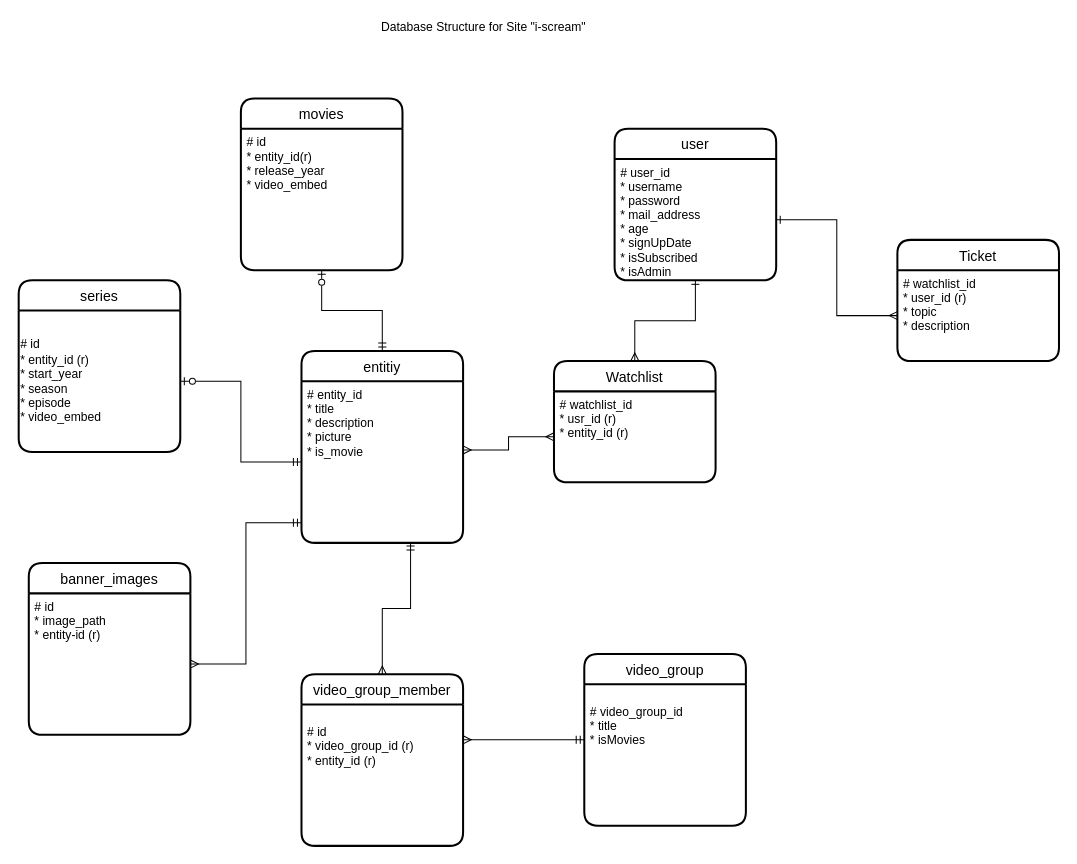
This is DOC/Datenbankstruktur.drawio from emcee-101/i-scream, a draw.io file, before an edit. Source tidied: cells renumbered, new cells numbered last; positions are measured from the earlier drawing's top-left corner, leaving out a move shared by most shapes. Both pictures are drawn from the tidied source at 101%, with x=0, y=0 at pixel (18, 17).
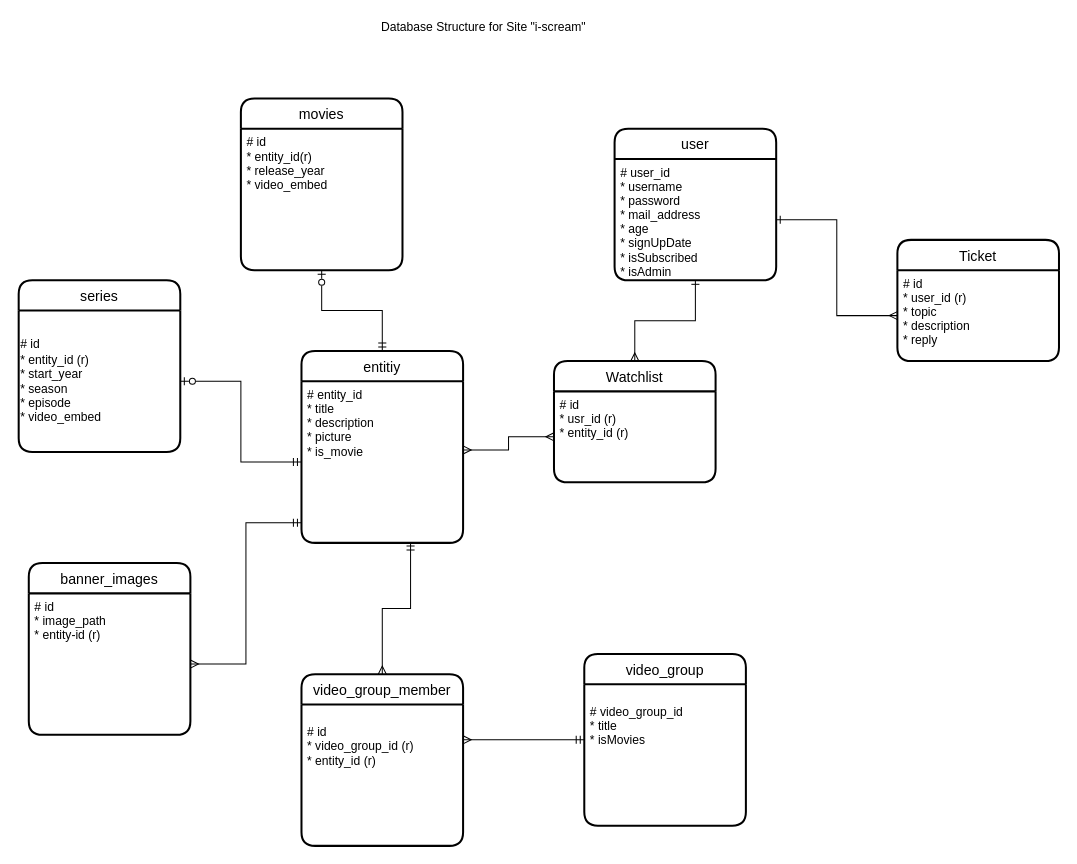
After the change.

Commit message (it also covers changes not shown here):
Addition to ER Model

Unchanged cells that the change refers to:
```xml
<mxCell id="22" value="Watchlist" style="swimlane;horizontal=1;startSize=30;rounded=1;fontSize=14;fontStyle=0;strokeWidth=2;shadow=0;dashed=0;align=center;" parent="1" vertex="1">
  <mxGeometry x="530" y="340" width="160" height="120" as="geometry" />
</mxCell>
<mxCell id="24" value="Ticket" style="swimlane;horizontal=1;startSize=30;rounded=1;fontSize=14;fontStyle=0;strokeWidth=2;shadow=0;dashed=0;align=center;" parent="1" vertex="1">
  <mxGeometry x="870" y="220" width="160" height="120" as="geometry" />
</mxCell>
```

The edit, as a diff of the source:
```diff
@@
-    <mxCell id="23" value="# watchlist_id&#10;* usr_id (r)&#10;* entity_id (r)" style="align=left;strokeColor=none;fillColor=none;spacingLeft=4;fontSize=12;verticalAlign=top;" parent="22" vertex="1">
+    <mxCell id="23" value="# id&#10;* usr_id (r)&#10;* entity_id (r)" style="align=left;strokeColor=none;fillColor=none;spacingLeft=4;fontSize=12;verticalAlign=top;" parent="22" vertex="1">
       <mxGeometry y="30" width="160" height="90" as="geometry" />
     </mxCell>
@@
-    <mxCell id="25" value="# watchlist_id&#10;* user_id (r)&#10;* topic&#10;* description" style="align=left;strokeColor=none;fillColor=none;spacingLeft=4;fontSize=12;verticalAlign=top;" parent="24" vertex="1">
+    <mxCell id="25" value="# id&#10;* user_id (r)&#10;* topic&#10;* description&#10;* reply" style="align=left;strokeColor=none;fillColor=none;spacingLeft=4;fontSize=12;verticalAlign=top;" parent="24" vertex="1">
       <mxGeometry y="30" width="160" height="90" as="geometry" />
     </mxCell>
```
